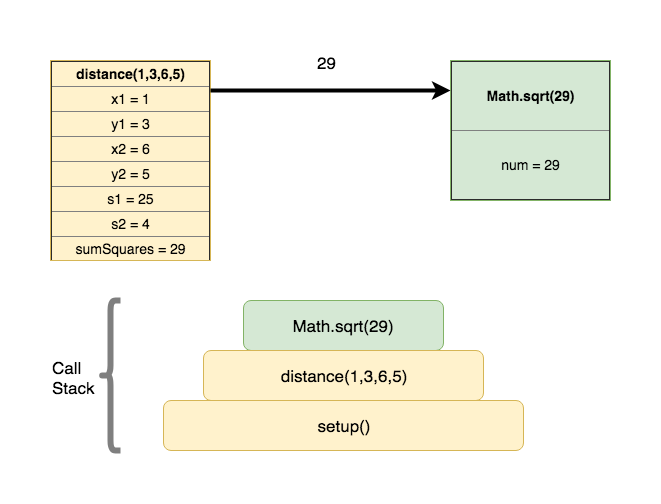
SoftwareTechnologyMQ/SoftwareTechnologyMQ.github.io keeps this draw.io diagram as fig/callStackProcessing/callStack7Processing.png. Above is the earlier version. Source tidied: cells renumbered, new cells last; positions are measured from the earlier drawing's top-left corner, leaving out a move shared by most shapes.
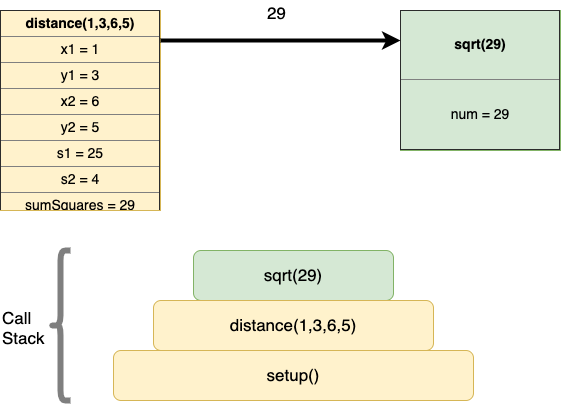
Later version of the same file.

Commit message:
some function call stack diagrams updated

The edit, as a diff of the source:
```diff
@@ -2,24 +2,24 @@
   <root>
     <mxCell id="0" />
     <mxCell id="1" parent="0" />
-    <mxCell id="2" value="&lt;table border=&quot;1&quot; width=&quot;100%&quot; cellpadding=&quot;4&quot; style=&quot;width: 100% ; height: 100% ; border-collapse: collapse ; font-size: 14px&quot;&gt;&lt;tbody style=&quot;font-size: 14px&quot;&gt;&lt;tr style=&quot;font-size: 14px&quot;&gt;&lt;th align=&quot;center&quot; style=&quot;font-size: 14px&quot;&gt;Math.sqrt(29)&lt;/th&gt;&lt;/tr&gt;&lt;tr style=&quot;font-size: 14px&quot;&gt;&lt;td align=&quot;center&quot; style=&quot;font-size: 14px&quot;&gt;num = 29&lt;/td&gt;&lt;/tr&gt;&lt;/tbody&gt;&lt;/table&gt;" style="text;html=1;strokeColor=#82b366;fillColor=#d5e8d4;overflow=fill;fontSize=14;" parent="1" vertex="1">
-      <mxGeometry x="400" y="10" width="160" height="140" as="geometry" />
-    </mxCell>
-    <mxCell id="3" value="Math.sqrt(29)" style="rounded=1;whiteSpace=wrap;html=1;fillColor=#d5e8d4;strokeColor=#82b366;fontSize=17;" parent="1" vertex="1">
-      <mxGeometry x="193" y="250" width="200" height="50" as="geometry" />
-    </mxCell>
+    <mxCell id="11" value="&lt;table border=&quot;1&quot; width=&quot;100%&quot; cellpadding=&quot;4&quot; style=&quot;width: 100% ; height: 100% ; border-collapse: collapse ; font-size: 14px&quot;&gt;&lt;tbody style=&quot;font-size: 14px&quot;&gt;&lt;tr style=&quot;font-size: 14px&quot;&gt;&lt;th align=&quot;center&quot; style=&quot;font-size: 14px&quot;&gt;sqrt(29)&lt;/th&gt;&lt;/tr&gt;&lt;tr style=&quot;font-size: 14px&quot;&gt;&lt;td align=&quot;center&quot; style=&quot;font-size: 14px&quot;&gt;num = 29&lt;/td&gt;&lt;/tr&gt;&lt;/tbody&gt;&lt;/table&gt;" style="text;html=1;strokeColor=#82b366;fillColor=#d5e8d4;overflow=fill;fontSize=14;" parent="1" vertex="1">
+      <mxGeometry x="400" y="10" width="160" height="140" as="geometry" />
+    </mxCell>
+    <mxCell id="12" value="sqrt(29)" style="rounded=1;whiteSpace=wrap;html=1;fillColor=#d5e8d4;strokeColor=#82b366;fontSize=17;" parent="1" vertex="1">
+      <mxGeometry x="193" y="250" width="200" height="50" as="geometry" />
+    </mxCell>
     <mxCell id="4" value="distance(1,3,6,5)" style="rounded=1;whiteSpace=wrap;html=1;fillColor=#fff2cc;strokeColor=#d6b656;fontSize=17;" parent="1" vertex="1">
       <mxGeometry x="153" y="300" width="280" height="50" as="geometry" />
     </mxCell>
     <mxCell id="5" value="&lt;table border=&quot;1&quot; width=&quot;100%&quot; cellpadding=&quot;4&quot; style=&quot;width: 100% ; height: 100% ; border-collapse: collapse ; font-size: 14px&quot;&gt;&lt;tbody style=&quot;font-size: 14px&quot;&gt;&lt;tr style=&quot;font-size: 14px&quot;&gt;&lt;th style=&quot;font-size: 14px&quot;&gt;&lt;b style=&quot;font-size: 14px&quot;&gt;distance(1,3,6,5)&lt;/b&gt;&lt;/th&gt;&lt;/tr&gt;&lt;tr style=&quot;font-size: 14px&quot;&gt;&lt;td style=&quot;font-size: 14px&quot;&gt;x1 = 1&lt;/td&gt;&lt;/tr&gt;&lt;tr style=&quot;font-size: 14px&quot;&gt;&lt;td style=&quot;font-size: 14px&quot;&gt;&lt;span style=&quot;font-size: 14px&quot;&gt;y1 = 3&lt;/span&gt;&lt;br style=&quot;font-size: 14px&quot;&gt;&lt;/td&gt;&lt;/tr&gt;&lt;tr style=&quot;font-size: 14px&quot;&gt;&lt;td style=&quot;font-size: 14px&quot;&gt;x2 = 6&lt;/td&gt;&lt;/tr&gt;&lt;tr style=&quot;font-size: 14px&quot;&gt;&lt;td style=&quot;font-size: 14px&quot;&gt;y2 = 5&lt;/td&gt;&lt;/tr&gt;&lt;tr&gt;&lt;td&gt;s1 = 25&lt;/td&gt;&lt;/tr&gt;&lt;tr&gt;&lt;td&gt;s2 = 4&lt;/td&gt;&lt;/tr&gt;&lt;tr&gt;&lt;td&gt;sumSquares = 29&lt;/td&gt;&lt;/tr&gt;&lt;/tbody&gt;&lt;/table&gt;" style="text;html=1;strokeColor=#d6b656;fillColor=#fff2cc;overflow=fill;fontSize=14;align=center;" parent="1" vertex="1">
       <mxGeometry y="10" width="160" height="200" as="geometry" />
     </mxCell>
-    <mxCell id="6" style="endArrow=classic;html=1;strokeWidth=4;fontSize=17;" parent="1" edge="1">
-      <mxGeometry relative="1" as="geometry">
-        <mxPoint x="160" y="40" as="sourcePoint" />
-        <mxPoint x="400" y="40" as="targetPoint" />
-      </mxGeometry>
-    </mxCell>
+    <mxCell id="13" style="endArrow=classic;html=1;strokeWidth=4;fontSize=17;" parent="1" edge="1">
+      <mxGeometry relative="1" as="geometry">
+        <mxPoint x="160" y="40" as="sourcePoint" />
+        <mxPoint x="400" y="40" as="targetPoint" />
+      </mxGeometry>
+    </mxCell>
     <mxCell id="7" value="setup()" style="rounded=1;whiteSpace=wrap;html=1;fillColor=#fff2cc;strokeColor=#d6b656;fontSize=17;" parent="1" vertex="1">
       <mxGeometry x="113" y="350" width="360" height="50" as="geometry" />
     </mxCell>
```
